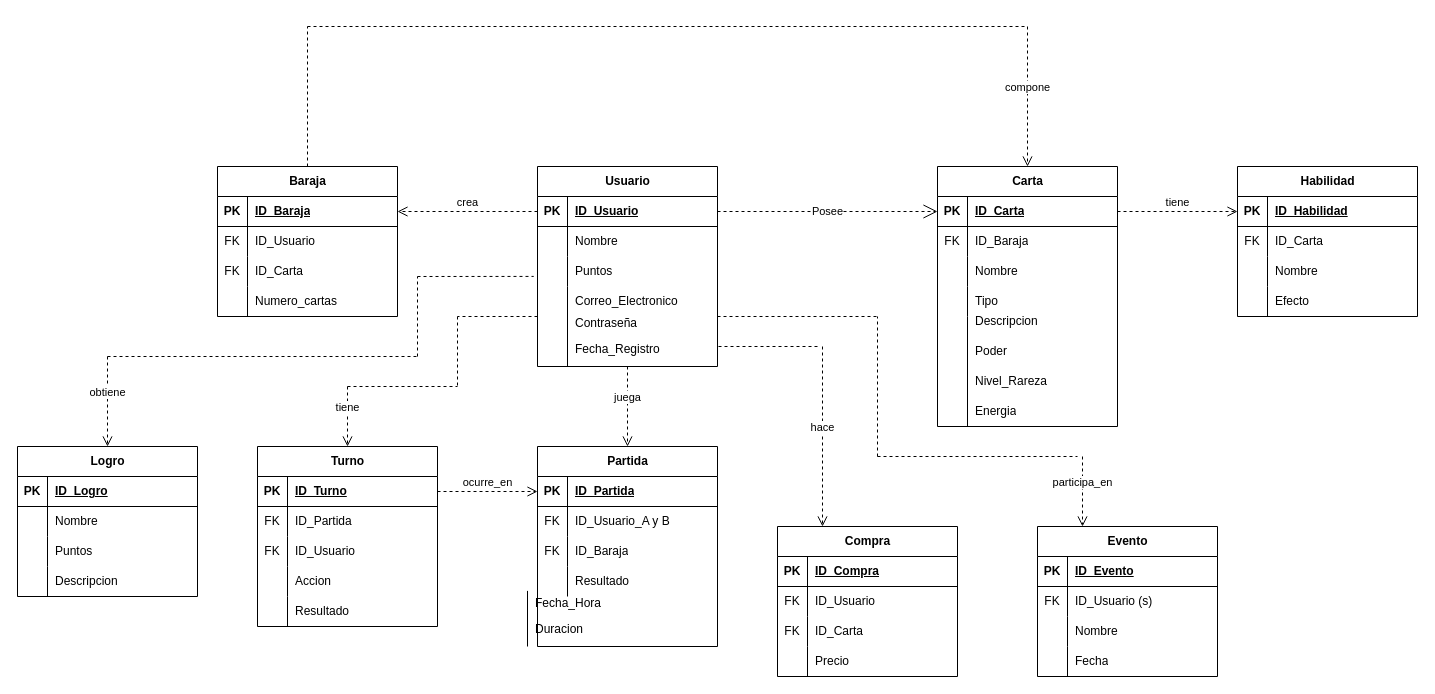
Before: BaseDeDatos/Untitled Diagram.drawio in natrogue/A01663909_TC2005B, a draw.io diagram. Source tidied: cells renumbered, new cells numbered last; positions are measured from the earlier drawing's top-left corner, leaving out a move shared by most shapes. Both pictures are drawn from the tidied source at 100%, with x=0, y=0 at pixel (17, 26).
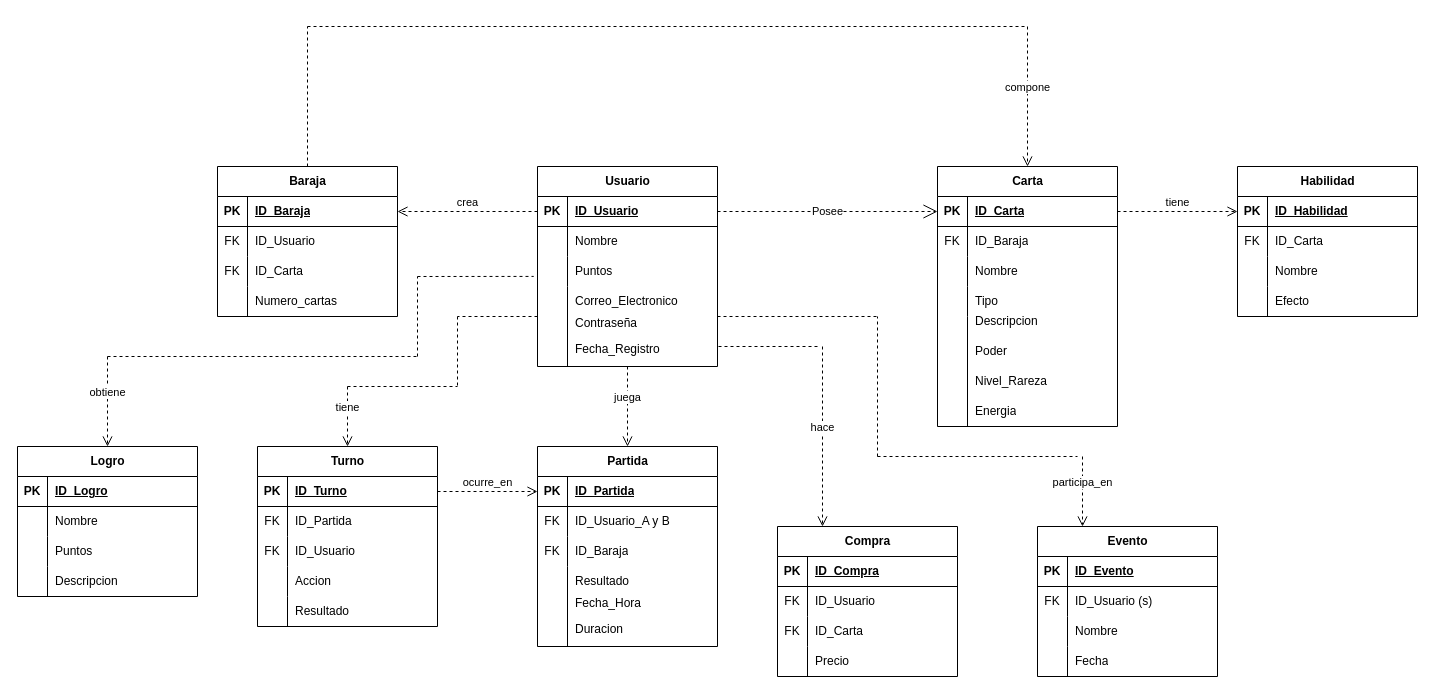
The same diagram, later.

Diff of the diagram source:
```diff
@@
     <mxCell id="15" style="group;" parent="1" vertex="1">
-      <mxGeometry x="480" y="420" width="180" height="200" as="geometry" />
+      <mxGeometry x="480" y="420" width="220" height="200" as="geometry" />
     </mxCell>
-    <mxCell id="16" value="Duracion" style="shape=partialRectangle;fillColor=none;top=0;left=0;bottom=0;right=0;align=left;spacingLeft=6;overflow=hidden;whiteSpace=wrap;html=1;" parent="15" vertex="1">
-      <mxGeometry x="30" y="166.7" width="150" height="33.3" as="geometry" />
-    </mxCell>
     <mxCell id="17" style="group;" parent="15" vertex="1">
-      <mxGeometry width="180" height="200" as="geometry" />
+      <mxGeometry width="220" height="200" as="geometry" />
     </mxCell>
@@
     <mxCell id="31" style="endArrow=none;html=1;rounded=0;" parent="17" edge="1">
       <mxGeometry relative="1" as="geometry">
-        <mxPoint x="30" y="200" as="sourcePoint" />
-        <mxPoint x="30" y="144.4" as="targetPoint" />
+        <mxPoint x="70" y="200" as="sourcePoint" />
+        <mxPoint x="70" y="144.4" as="targetPoint" />
       </mxGeometry>
     </mxCell>
     <mxCell id="32" value="Fecha_Hora" style="shape=partialRectangle;fillColor=none;top=0;left=0;bottom=0;right=0;align=left;spacingLeft=6;overflow=hidden;whiteSpace=wrap;html=1;" parent="17" vertex="1">
-      <mxGeometry x="30" y="140" width="150" height="33.3" as="geometry" />
+      <mxGeometry x="70" y="140" width="150" height="33.3" as="geometry" />
     </mxCell>
+    <mxCell id="16" value="Duracion" style="shape=partialRectangle;fillColor=none;top=0;left=0;bottom=0;right=0;align=left;spacingLeft=6;overflow=hidden;whiteSpace=wrap;html=1;" parent="17" vertex="1">
+      <mxGeometry x="70" y="166.7" width="150" height="33.3" as="geometry" />
+    </mxCell>
```
